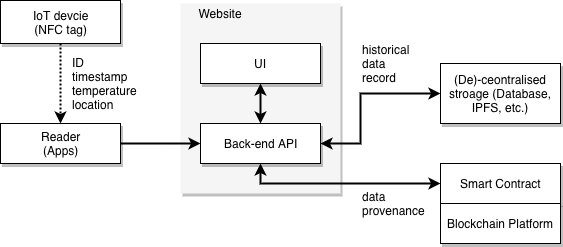
The draw.io diagram supply_chain_demo.png in dricp-swinburne/supplychaindemo, before a commit. Source tidied: cells renumbered, new cells last; positions are measured from the earlier drawing's top-left corner, leaving out a move shared by most shapes.
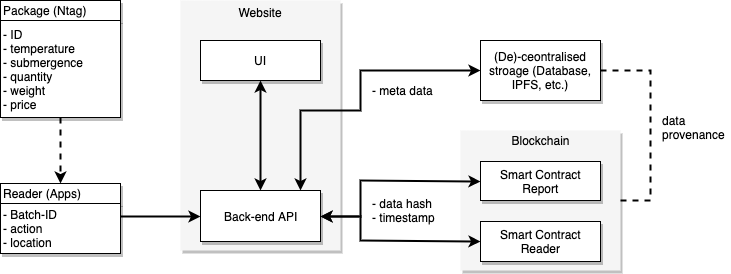
After the change.

What changed in the source:
```diff
@@ -2,64 +2,105 @@
   <root>
     <mxCell id="0" />
     <mxCell id="1" parent="0" />
-    <mxCell id="2" style="rounded=0;whiteSpace=wrap;html=1;shadow=1;align=left;strokeColor=none;fillColor=#f5f5f5;fontColor=#333333;" parent="1" vertex="1">
-      <mxGeometry x="180" y="3" width="160" height="190" as="geometry" />
-    </mxCell>
-    <mxCell id="3" style="edgeStyle=orthogonalEdgeStyle;rounded=0;jettySize=auto;html=1;exitX=0.5;exitY=1;exitDx=0;exitDy=0;entryX=0.5;entryY=0;entryDx=0;entryDy=0;strokeWidth=2;dashed=1;dashPattern=1 1;" parent="1" edge="1" source="4" target="6">
-      <mxGeometry relative="1" as="geometry" />
-    </mxCell>
-    <mxCell id="4" value="IoT devcie&lt;br&gt;(NFC tag)" style="html=1;align=center;shadow=1;" parent="1" vertex="1">
-      <mxGeometry width="120" height="43" as="geometry" />
-    </mxCell>
-    <mxCell id="5" style="edgeStyle=orthogonalEdgeStyle;rounded=0;jettySize=auto;html=1;exitX=1;exitY=0.5;exitDx=0;exitDy=0;entryX=0;entryY=0.5;entryDx=0;entryDy=0;shadow=0;strokeWidth=2;" parent="1" edge="1" source="6" target="8">
-      <mxGeometry relative="1" as="geometry" />
-    </mxCell>
-    <mxCell id="6" value="Reader&lt;br&gt;(Apps)" style="html=1;align=center;shadow=1;" parent="1" vertex="1">
-      <mxGeometry y="123" width="120" height="40" as="geometry" />
-    </mxCell>
-    <mxCell id="7" value="ID&lt;br&gt;timestamp&lt;br&gt;temperature&lt;br&gt;location" style="text;html=1;strokeColor=none;fillColor=none;align=left;verticalAlign=middle;whiteSpace=wrap;rounded=0;" parent="1" vertex="1">
-      <mxGeometry x="70" y="73" width="40" height="20" as="geometry" />
-    </mxCell>
+    <mxCell id="20" style="rounded=0;whiteSpace=wrap;html=1;shadow=1;align=left;strokeColor=none;fillColor=#f5f5f5;fontColor=#333333;" parent="1" vertex="1">
+      <mxGeometry x="460" y="13" width="160" height="140" as="geometry" />
+    </mxCell>
+    <mxCell id="21" style="rounded=0;whiteSpace=wrap;html=1;shadow=1;align=left;strokeColor=none;fillColor=#f5f5f5;fontColor=#333333;" parent="1" vertex="1">
+      <mxGeometry x="180" y="-117" width="160" height="250" as="geometry" />
+    </mxCell>
+    <mxCell id="22" style="edgeStyle=orthogonalEdgeStyle;rounded=0;jettySize=auto;html=1;exitX=1;exitY=0.25;exitDx=0;exitDy=0;entryX=0;entryY=0.5;entryDx=0;entryDy=0;shadow=0;strokeWidth=2;" parent="1" edge="1" source="33" target="8">
+      <mxGeometry relative="1" as="geometry" />
+    </mxCell>
+    <mxCell id="23" value="Smart Contract&lt;br&gt;Report" style="html=1;align=center;shadow=1;" parent="1" vertex="1">
+      <mxGeometry x="480" y="44" width="120" height="39" as="geometry" />
+    </mxCell>
+    <mxCell id="24" style="endArrow=classic;startArrow=classic;html=1;shadow=0;strokeWidth=2;entryX=0;entryY=0.5;entryDx=0;entryDy=0;exitX=1;exitY=0.5;exitDx=0;exitDy=0;edgeStyle=orthogonalEdgeStyle;jumpSize=0;rounded=0;" parent="1" edge="1" source="8" target="23">
+      <mxGeometry relative="1" as="geometry">
+        <Array as="points">
+          <mxPoint x="360" y="99" />
+          <mxPoint x="360" y="63" />
+        </Array>
+      </mxGeometry>
+    </mxCell>
+    <mxCell id="25" value="- data hash&lt;br&gt;- timestamp" style="text;html=1;strokeColor=none;fillColor=none;align=left;verticalAlign=middle;whiteSpace=wrap;rounded=0;" parent="1" vertex="1">
+      <mxGeometry x="370" y="83" width="80" height="20" as="geometry" />
+    </mxCell>
+    <mxCell id="14" value="(De)-ceontralised stroage (Database, IPFS, etc.)" style="html=1;align=center;shadow=1;whiteSpace=wrap;" parent="1" vertex="1">
+      <mxGeometry x="480" y="-77" width="120" height="60" as="geometry" />
+    </mxCell>
+    <mxCell id="15" style="endArrow=classic;startArrow=classic;html=1;shadow=0;strokeWidth=2;entryX=0;entryY=0.5;entryDx=0;entryDy=0;edgeStyle=orthogonalEdgeStyle;jumpSize=0;rounded=0;exitX=0.833;exitY=0;exitDx=0;exitDy=0;exitPerimeter=0;" parent="1" edge="1" source="8" target="14">
+      <mxGeometry relative="1" as="geometry">
+        <Array as="points">
+          <mxPoint x="300" y="-7" />
+          <mxPoint x="360" y="-7" />
+          <mxPoint x="360" y="-47" />
+        </Array>
+      </mxGeometry>
+    </mxCell>
+    <mxCell id="26" value="- meta data" style="text;html=1;strokeColor=none;fillColor=none;align=left;verticalAlign=middle;whiteSpace=wrap;rounded=0;" parent="1" vertex="1">
+      <mxGeometry x="370" y="-37" width="100" height="20" as="geometry" />
+    </mxCell>
+    <mxCell id="27" style="edgeStyle=none;shape=arrow;rounded=0;jumpSize=0;orthogonalLoop=1;jettySize=auto;html=1;exitX=0.5;exitY=1;exitDx=0;exitDy=0;shadow=0;strokeWidth=2;" parent="1" edge="1" source="25" target="25">
+      <mxGeometry relative="1" as="geometry" />
+    </mxCell>
+    <mxCell id="28" value="Smart Contract&lt;br&gt;Reader" style="html=1;align=center;shadow=1;" parent="1" vertex="1">
+      <mxGeometry x="480" y="104" width="120" height="40" as="geometry" />
+    </mxCell>
+    <mxCell id="29" style="group;" parent="1" vertex="1">
+      <mxGeometry y="-117" width="120" height="117" as="geometry" />
+    </mxCell>
+    <mxCell id="30" value="Package (Ntag)" style="html=1;align=left;shadow=1;" parent="29" vertex="1">
+      <mxGeometry width="120" height="20" as="geometry" />
+    </mxCell>
+    <mxCell id="31" value="- ID&lt;br&gt;- temperature&lt;br&gt;- submergence&lt;br&gt;- quantity&lt;br&gt;- weight&lt;br&gt;- price" style="html=1;align=left;shadow=1;" parent="29" vertex="1">
+      <mxGeometry y="20" width="120" height="97" as="geometry" />
+    </mxCell>
     <mxCell id="8" value="Back-end API" style="html=1;align=center;shadow=1;" parent="1" vertex="1">
-      <mxGeometry x="200" y="123" width="120" height="40" as="geometry" />
+      <mxGeometry x="200" y="73" width="120" height="51" as="geometry" />
     </mxCell>
     <mxCell id="9" value="UI" style="html=1;align=center;shadow=1;" parent="1" vertex="1">
-      <mxGeometry x="200" y="43" width="120" height="40" as="geometry" />
+      <mxGeometry x="200" y="-77" width="120" height="40" as="geometry" />
     </mxCell>
-    <mxCell id="10" value="Smart Contract" style="html=1;align=center;shadow=1;" parent="1" vertex="1">
-      <mxGeometry x="440" y="163" width="120" height="40" as="geometry" />
-    </mxCell>
-    <mxCell id="11" style="endArrow=classic;startArrow=classic;html=1;shadow=0;strokeWidth=2;entryX=0;entryY=0.5;entryDx=0;entryDy=0;exitX=0.5;exitY=1;exitDx=0;exitDy=0;edgeStyle=orthogonalEdgeStyle;jumpSize=0;rounded=0;" parent="1" edge="1" source="8" target="10">
-      <mxGeometry relative="1" as="geometry" />
-    </mxCell>
+    <mxCell id="17" style="endArrow=classic;startArrow=classic;html=1;shadow=0;strokeWidth=2;entryX=0.5;entryY=1;entryDx=0;entryDy=0;exitX=0.5;exitY=0;exitDx=0;exitDy=0;jumpSize=0;rounded=0;" parent="1" edge="1" source="8" target="9">
+      <mxGeometry relative="1" as="geometry" />
+    </mxCell>
+    <mxCell id="19" value="Website" style="text;html=1;strokeColor=none;fillColor=none;align=center;verticalAlign=middle;whiteSpace=wrap;rounded=0;shadow=1;" parent="1" vertex="1">
+      <mxGeometry x="240" y="-115.5" width="40" height="20" as="geometry" />
+    </mxCell>
+    <mxCell id="32" style="group;" parent="1" vertex="1">
+      <mxGeometry y="66" width="120" height="70" as="geometry" />
+    </mxCell>
+    <mxCell id="6" value="Reader (Apps)" style="html=1;align=left;shadow=1;" parent="32" vertex="1">
+      <mxGeometry width="120" height="20" as="geometry" />
+    </mxCell>
+    <mxCell id="33" value="- Batch-ID&lt;br&gt;- action&lt;br&gt;- location" style="html=1;align=left;shadow=1;" parent="32" vertex="1">
+      <mxGeometry y="20" width="120" height="50" as="geometry" />
+    </mxCell>
+    <mxCell id="34" style="edgeStyle=orthogonalEdgeStyle;rounded=0;jettySize=auto;html=1;exitX=0.5;exitY=1;exitDx=0;exitDy=0;strokeWidth=2;dashed=1;entryX=0.5;entryY=0;entryDx=0;entryDy=0;" parent="1" edge="1" source="31" target="6">
+      <mxGeometry relative="1" as="geometry" />
+    </mxCell>
+    <mxCell id="35" value="Blockchain" style="text;html=1;strokeColor=none;fillColor=none;align=center;verticalAlign=middle;whiteSpace=wrap;rounded=0;shadow=1;" parent="1" vertex="1">
+      <mxGeometry x="520" y="13" width="40" height="20" as="geometry" />
+    </mxCell>
+    <mxCell id="36" style="endArrow=classic;startArrow=classic;html=1;shadow=0;strokeWidth=2;exitX=1;exitY=0.5;exitDx=0;exitDy=0;edgeStyle=orthogonalEdgeStyle;jumpSize=0;rounded=0;entryX=0;entryY=0.5;entryDx=0;entryDy=0;" parent="1" edge="1" source="8" target="28">
+      <mxGeometry relative="1" as="geometry">
+        <Array as="points">
+          <mxPoint x="360" y="99" />
+          <mxPoint x="360" y="123" />
+          <mxPoint x="480" y="123" />
+        </Array>
+      </mxGeometry>
+    </mxCell>
+    <mxCell id="37" style="endArrow=none;dashed=1;html=1;strokeWidth=2;edgeStyle=orthogonalEdgeStyle;rounded=0;entryX=1;entryY=0.5;entryDx=0;entryDy=0;exitX=1;exitY=0.5;exitDx=0;exitDy=0;" parent="1" edge="1" source="20" target="14">
+      <mxGeometry relative="1" as="geometry">
+        <Array as="points">
+          <mxPoint x="650" y="83" />
+          <mxPoint x="650" y="-47" />
+        </Array>
+      </mxGeometry>
+    </mxCell>
     <mxCell id="12" value="data provenance" style="text;html=1;strokeColor=none;fillColor=none;align=left;verticalAlign=middle;whiteSpace=wrap;rounded=0;" parent="1" vertex="1">
-      <mxGeometry x="360" y="193" width="40" height="20" as="geometry" />
+      <mxGeometry x="660" width="70" height="20" as="geometry" />
     </mxCell>
-    <mxCell id="13" value="Blockchain Platform" style="html=1;align=center;shadow=1;" parent="1" vertex="1">
-      <mxGeometry x="440" y="203" width="120" height="40" as="geometry" />
-    </mxCell>
-    <mxCell id="14" value="(De)-ceontralised stroage (Database, IPFS, etc.)" style="html=1;align=center;shadow=1;whiteSpace=wrap;" parent="1" vertex="1">
-      <mxGeometry x="440" y="63" width="120" height="60" as="geometry" />
-    </mxCell>
-    <mxCell id="15" style="endArrow=classic;startArrow=classic;html=1;shadow=0;strokeWidth=2;entryX=0;entryY=0.5;entryDx=0;entryDy=0;exitX=1;exitY=0.5;exitDx=0;exitDy=0;edgeStyle=orthogonalEdgeStyle;jumpSize=0;rounded=0;" parent="1" edge="1" source="8" target="14">
-      <mxGeometry relative="1" as="geometry">
-        <Array as="points">
-          <mxPoint x="360" y="143" />
-          <mxPoint x="360" y="93" />
-        </Array>
-      </mxGeometry>
-    </mxCell>
-    <mxCell id="16" value="historical data record" style="text;html=1;strokeColor=none;fillColor=none;align=left;verticalAlign=middle;whiteSpace=wrap;rounded=0;" parent="1" vertex="1">
-      <mxGeometry x="360" y="53" width="40" height="20" as="geometry" />
-    </mxCell>
-    <mxCell id="17" style="endArrow=classic;startArrow=classic;html=1;shadow=0;strokeWidth=2;entryX=0.5;entryY=1;entryDx=0;entryDy=0;exitX=0.5;exitY=0;exitDx=0;exitDy=0;jumpSize=0;rounded=0;" parent="1" edge="1" source="8" target="9">
-      <mxGeometry relative="1" as="geometry" />
-    </mxCell>
-    <mxCell id="18" style="edgeStyle=none;shape=arrow;rounded=0;jumpSize=0;orthogonalLoop=1;jettySize=auto;html=1;exitX=0.5;exitY=1;exitDx=0;exitDy=0;shadow=0;strokeWidth=2;" parent="1" edge="1" source="12" target="12">
-      <mxGeometry relative="1" as="geometry" />
-    </mxCell>
-    <mxCell id="19" value="Website" style="text;html=1;strokeColor=none;fillColor=none;align=center;verticalAlign=middle;whiteSpace=wrap;rounded=0;shadow=1;" parent="1" vertex="1">
-      <mxGeometry x="200" y="3" width="40" height="20" as="geometry" />
-    </mxCell>
   </root>
 </mxGraphModel>
```
